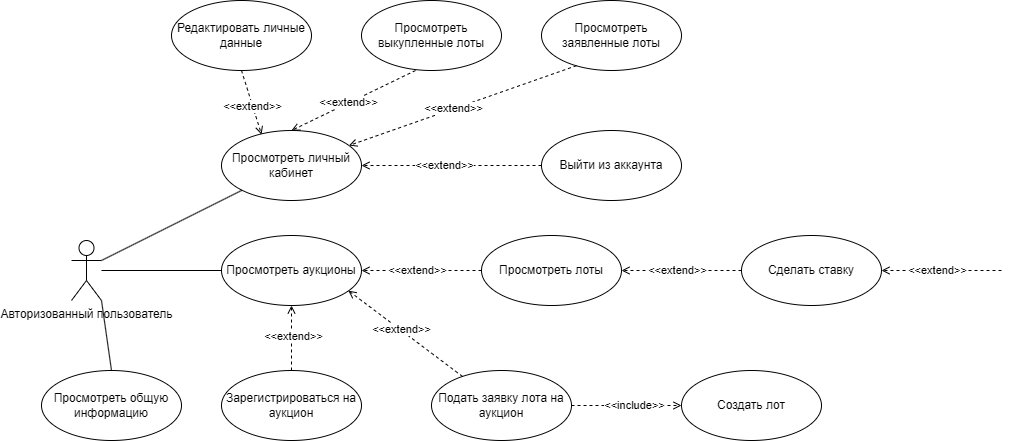
Above: diagrams/Use_Case/Авторизованный пользователь.png in Demiurge451/auction (draw.io), before the change. Source tidied: cells renumbered, new cells last; positions are measured from the earlier drawing's top-left corner, leaving out a move shared by most shapes.
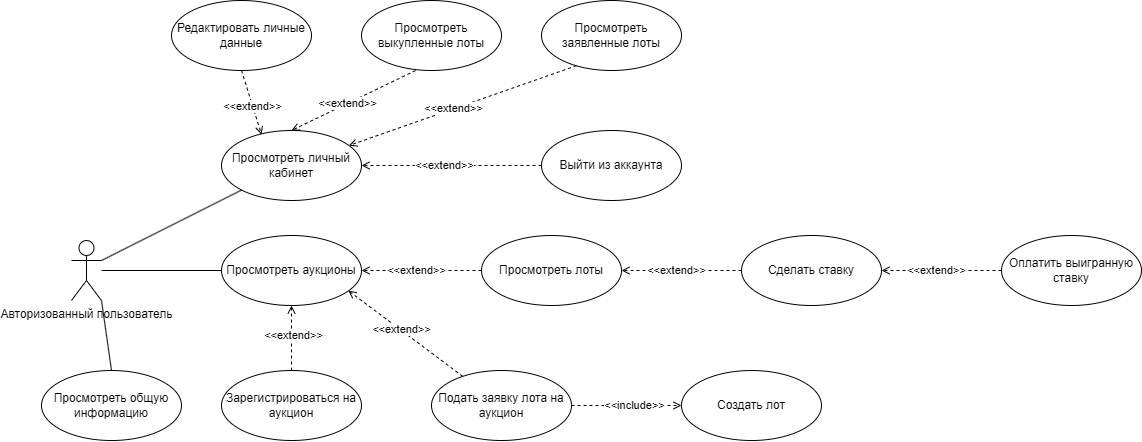
After the commit.

Commit message:
update use case

The edit, as a diff of the source:
```diff
@@ -112,5 +112,8 @@
     <mxCell id="37" value="&amp;lt;&amp;lt;extend&amp;gt;&amp;gt;" style="edgeLabel;html=1;align=center;verticalAlign=middle;" parent="36" vertex="1">
       <mxGeometry x="0.09" y="-1" relative="1" as="geometry" />
     </mxCell>
+    <mxCell id="38" value="Оплатить выигранную ставку" style="ellipse;whiteSpace=wrap;html=1;" parent="1" vertex="1">
+      <mxGeometry x="960" y="235" width="140" height="70" as="geometry" />
+    </mxCell>
   </root>
 </mxGraphModel>
```
